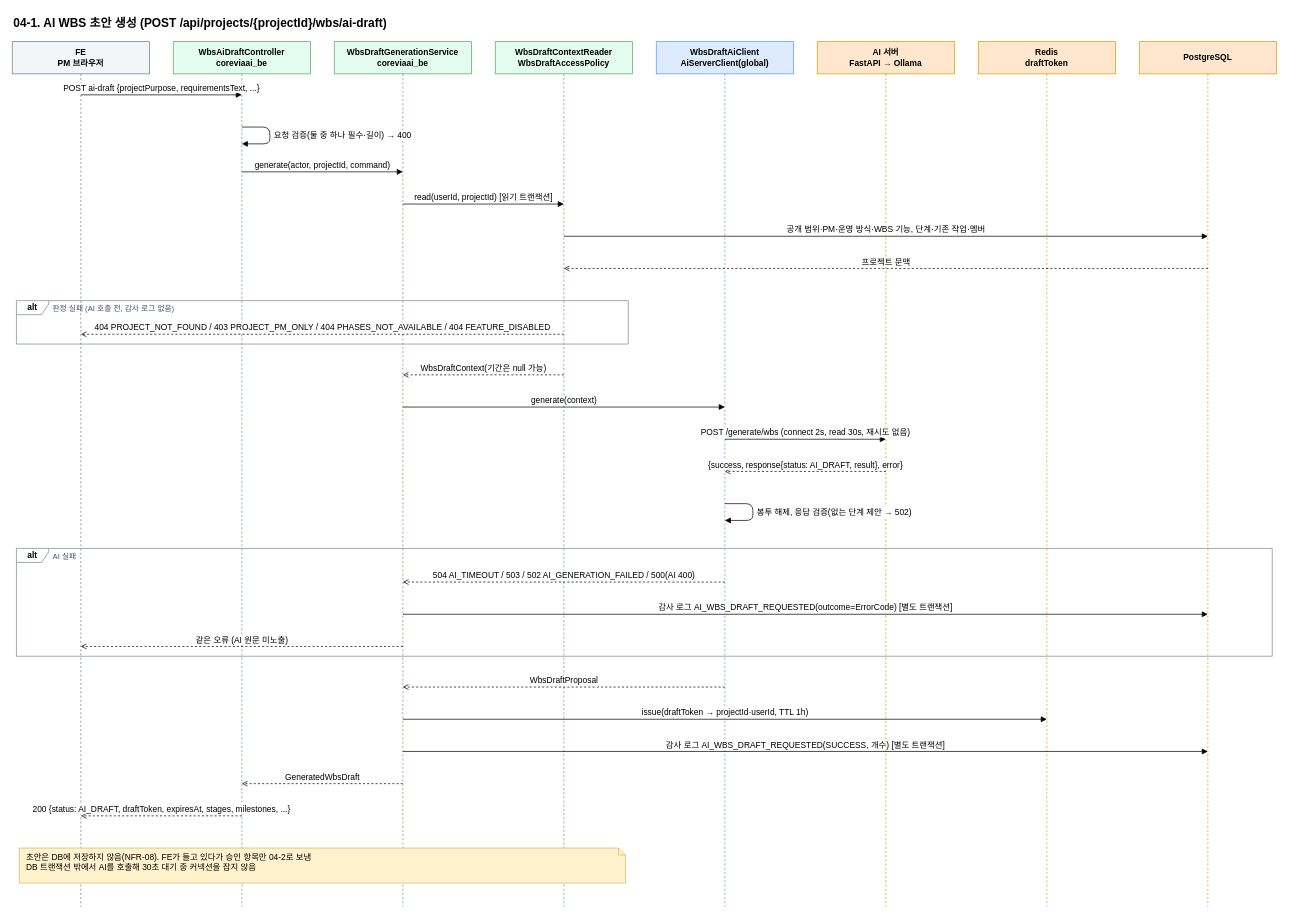
Earlier version of the draw.io diagram docs/sequence/04-1-wbs-ai-draft-generate.drawio (WonikQnCKDT/CoreviaAI_BE). Source tidied: cells renumbered, new cells numbered last; positions are measured from the earlier drawing's top-left corner, leaving out a move shared by most shapes. Both pictures are drawn from the tidied source at 70%, with x=0, y=0 at pixel (12, 12).
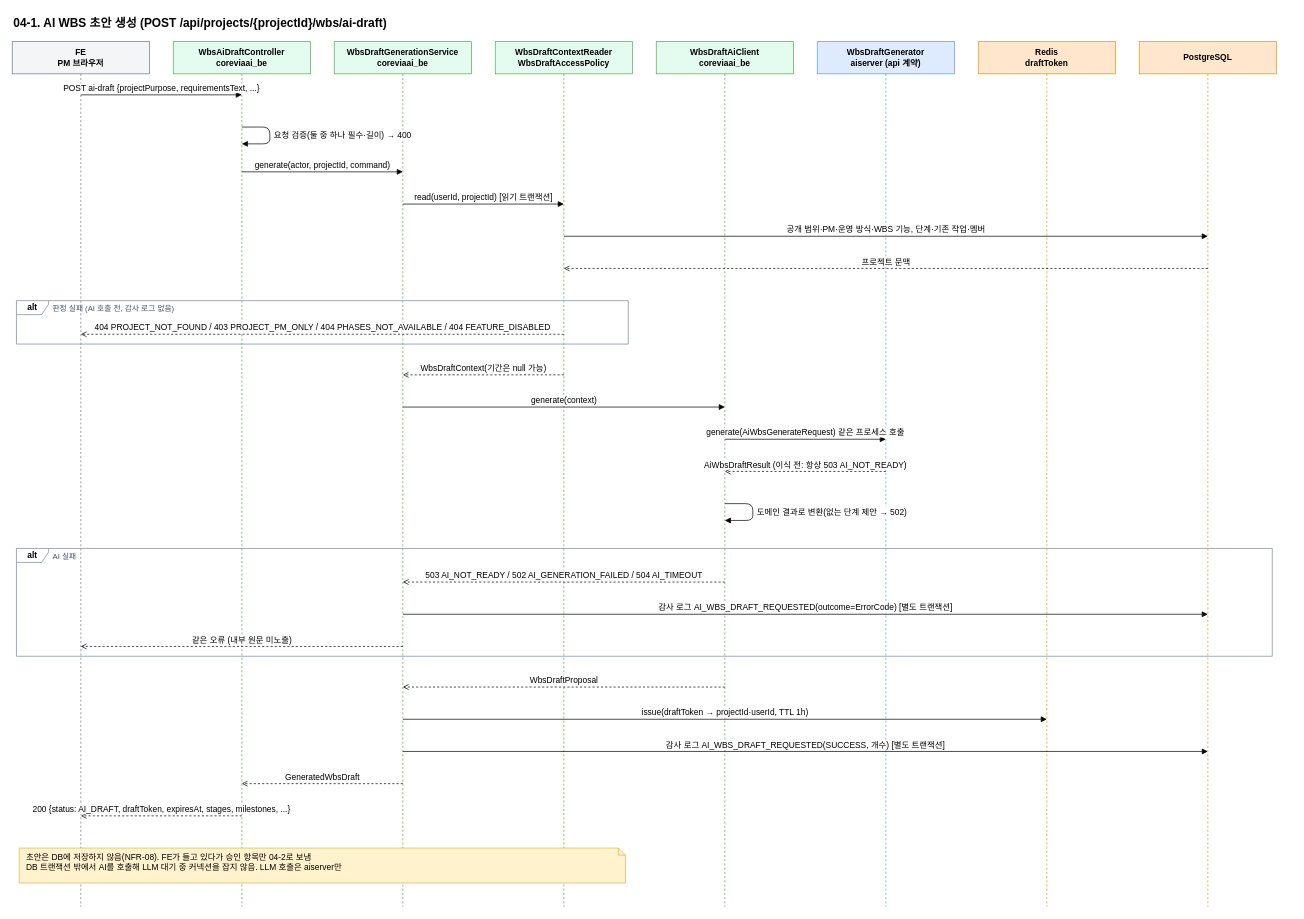
Above is the later version.

Change to the diagram source:
```diff
@@
-    <mxCell id="11" value="WbsDraftAiClient&lt;br&gt;AiServerClient(global)" style="shape=umlLifeline;perimeter=lifelinePerimeter;whiteSpace=wrap;html=1;size=46;fillColor=#DEEBFF;strokeColor=#4C9AFF;fontStyle=1;" parent="1" vertex="1">
+    <mxCell id="11" value="WbsDraftAiClient&lt;br&gt;coreviaai_be" style="shape=umlLifeline;perimeter=lifelinePerimeter;whiteSpace=wrap;html=1;size=46;fillColor=#E3FCEF;strokeColor=#57A55A;fontStyle=1;" parent="1" vertex="1">
       <mxGeometry x="920" y="42" width="196" height="1236" as="geometry" />
     </mxCell>
-    <mxCell id="12" value="AI 서버&lt;br&gt;FastAPI → Ollama" style="shape=umlLifeline;perimeter=lifelinePerimeter;whiteSpace=wrap;html=1;size=46;fillColor=#FFE6CC;strokeColor=#D79B00;fontStyle=1;" parent="1" vertex="1">
+    <mxCell id="12" value="WbsDraftGenerator&lt;br&gt;aiserver (api 계약)" style="shape=umlLifeline;perimeter=lifelinePerimeter;whiteSpace=wrap;html=1;size=46;fillColor=#DEEBFF;strokeColor=#4C9AFF;fontStyle=1;" parent="1" vertex="1">
       <mxGeometry x="1150" y="42" width="196" height="1236" as="geometry" />
     </mxCell>
@@
-    <mxCell id="24" value="POST /generate/wbs (connect 2s, read 30s, 재시도 없음)" style="endArrow=block;endFill=1;html=1;verticalAlign=bottom;fontSize=12;" parent="1" edge="1">
+    <mxCell id="24" value="generate(AiWbsGenerateRequest) 같은 프로세스 호출" style="endArrow=block;endFill=1;html=1;verticalAlign=bottom;fontSize=12;" parent="1" edge="1">
       <mxGeometry relative="1" as="geometry">
         <mxPoint x="1018" y="610" as="sourcePoint" />
         <mxPoint x="1248" y="610" as="targetPoint" />
       </mxGeometry>
     </mxCell>
-    <mxCell id="25" value="{success, response{status: AI_DRAFT, result}, error}" style="dashed=1;endArrow=open;endFill=0;html=1;verticalAlign=bottom;fontSize=12;" parent="1" edge="1">
+    <mxCell id="25" value="AiWbsDraftResult (이식 전: 항상 503 AI_NOT_READY)" style="dashed=1;endArrow=open;endFill=0;html=1;verticalAlign=bottom;fontSize=12;" parent="1" edge="1">
       <mxGeometry relative="1" as="geometry">
         <mxPoint x="1248" y="656" as="sourcePoint" />
         <mxPoint x="1018" y="656" as="targetPoint" />
       </mxGeometry>
     </mxCell>
-    <mxCell id="26" value="봉투 해제, 응답 검증(없는 단계 제안 → 502)" style="endArrow=block;endFill=1;html=1;align=left;spacingLeft=4;fontSize=12;edgeStyle=none;" parent="1" edge="1">
+    <mxCell id="26" value="도메인 결과로 변환(없는 단계 제안 → 502)" style="endArrow=block;endFill=1;html=1;align=left;spacingLeft=4;fontSize=12;edgeStyle=none;" parent="1" edge="1">
       <mxGeometry relative="1" as="geometry">
         <mxPoint x="1018" y="702" as="sourcePoint" />
         <mxPoint x="1018" y="726" as="targetPoint" />
         <Array as="points">
           <mxPoint x="1058" y="702" />
           <mxPoint x="1058" y="726" />
         </Array>
       </mxGeometry>
     </mxCell>
-    <mxCell id="27" value="504 AI_TIMEOUT / 503 / 502 AI_GENERATION_FAILED / 500(AI 400)" style="dashed=1;endArrow=open;endFill=0;html=1;verticalAlign=bottom;fontSize=12;" parent="1" edge="1">
+    <mxCell id="27" value="503 AI_NOT_READY / 502 AI_GENERATION_FAILED / 504 AI_TIMEOUT" style="dashed=1;endArrow=open;endFill=0;html=1;verticalAlign=bottom;fontSize=12;" parent="1" edge="1">
       <mxGeometry relative="1" as="geometry">
         <mxPoint x="1018" y="814" as="sourcePoint" />
         <mxPoint x="558" y="814" as="targetPoint" />
       </mxGeometry>
     </mxCell>
@@
-    <mxCell id="29" value="같은 오류 (AI 원문 미노출)" style="dashed=1;endArrow=open;endFill=0;html=1;verticalAlign=bottom;fontSize=12;" parent="1" edge="1">
+    <mxCell id="29" value="같은 오류 (내부 원문 미노출)" style="dashed=1;endArrow=open;endFill=0;html=1;verticalAlign=bottom;fontSize=12;" parent="1" edge="1">
       <mxGeometry relative="1" as="geometry">
         <mxPoint x="558" y="906" as="sourcePoint" />
         <mxPoint x="98" y="906" as="targetPoint" />
       </mxGeometry>
     </mxCell>
@@
-    <mxCell id="35" value="초안은 DB에 저장하지 않음(NFR-08). FE가 들고 있다가 승인 항목만 04-2로 보냄&lt;br&gt;DB 트랜잭션 밖에서 AI를 호출해 30초 대기 중 커넥션을 잡지 않음" style="shape=note;size=10;whiteSpace=wrap;html=1;fillColor=#FFF2CC;strokeColor=#D6B656;align=left;spacingLeft=8;verticalAlign=top;fontSize=12;" parent="1" vertex="1">
+    <mxCell id="35" value="초안은 DB에 저장하지 않음(NFR-08). FE가 들고 있다가 승인 항목만 04-2로 보냄&lt;br&gt;DB 트랜잭션 밖에서 AI를 호출해 LLM 대기 중 커넥션을 잡지 않음. LLM 호출은 aiserver만" style="shape=note;size=10;whiteSpace=wrap;html=1;fillColor=#FFF2CC;strokeColor=#D6B656;align=left;spacingLeft=8;verticalAlign=top;fontSize=12;" parent="1" vertex="1">
       <mxGeometry x="10" y="1194" width="866" height="50" as="geometry" />
     </mxCell>
```
